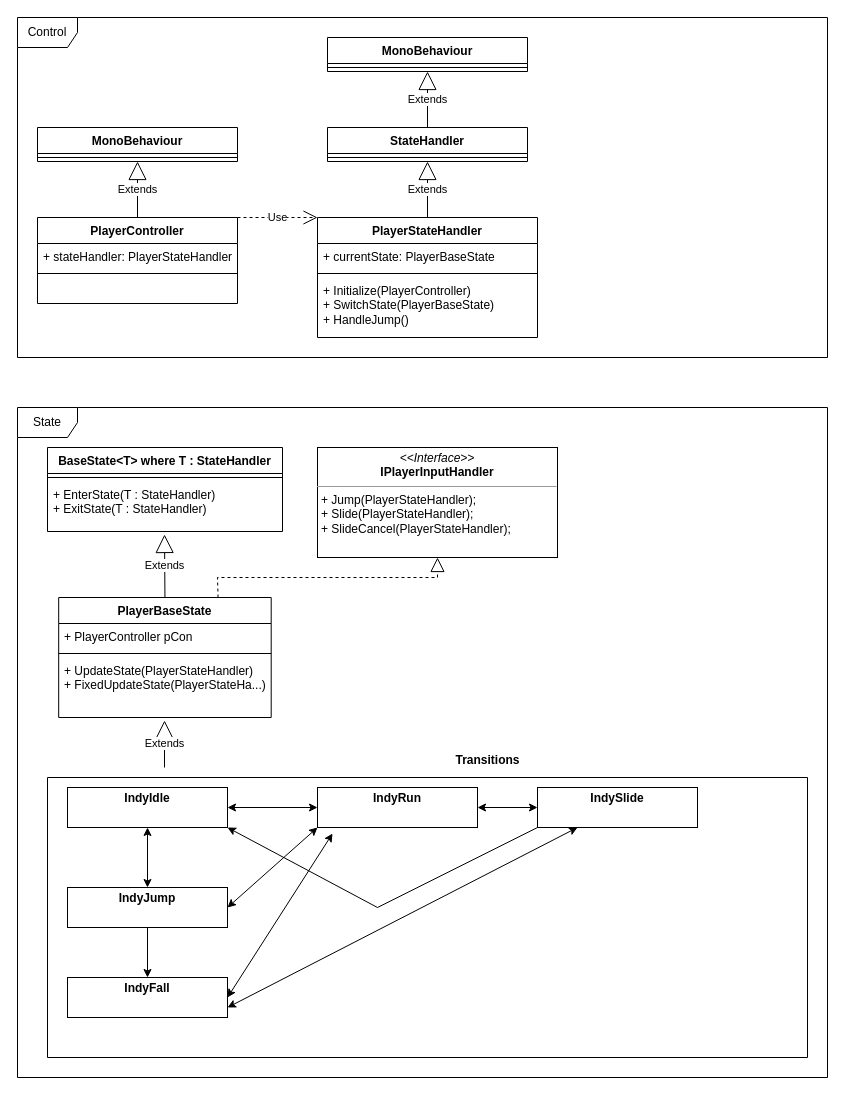
Before: UML's/StateMachineUML.drawio in Contraband-Software/Unity2D-Tutorial, a draw.io diagram. Source tidied: cells renumbered, new cells numbered last; positions are measured from the earlier drawing's top-left corner, leaving out a move shared by most shapes. Both pictures are drawn from the tidied source at 100%, with x=0, y=0 at pixel (17, 17).
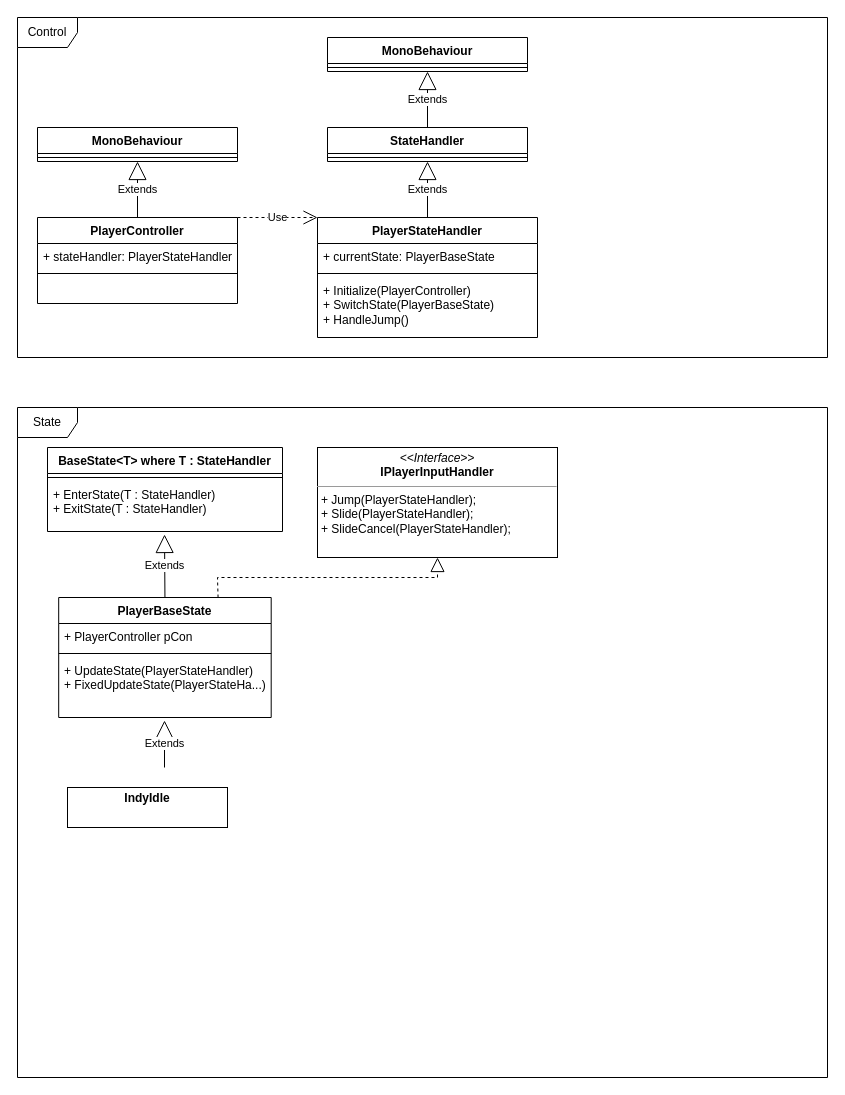
The same page after the edit.

Unchanged cells that the change refers to:
```xml
<mxCell id="31" value="&lt;p style=&quot;margin: 4px 0px 0px;&quot;&gt;&lt;b style=&quot;background-color: initial;&quot;&gt;IndyIdle&lt;/b&gt;&lt;br&gt;&lt;/p&gt;&lt;p style=&quot;margin:0px;margin-left:4px;&quot;&gt;&lt;br&gt;&lt;/p&gt;" style="verticalAlign=top;align=center;overflow=fill;fontSize=12;fontFamily=Helvetica;html=1;whiteSpace=wrap;" parent="1" vertex="1">
  <mxGeometry x="50" y="770" width="160" height="40" as="geometry" />
</mxCell>
```

Change to the diagram source:
```diff
@@
-    <mxCell id="33" style="swimlane;startSize=0;" parent="1" vertex="1">
-      <mxGeometry x="30" y="760" width="760" height="280" as="geometry" />
-    </mxCell>
-    <mxCell id="34" value="&lt;p style=&quot;margin: 4px 0px 0px;&quot;&gt;&lt;b style=&quot;background-color: initial;&quot;&gt;IndyRun&lt;/b&gt;&lt;br&gt;&lt;/p&gt;&lt;p style=&quot;margin:0px;margin-left:4px;&quot;&gt;&lt;br&gt;&lt;/p&gt;" style="verticalAlign=top;align=center;overflow=fill;fontSize=12;fontFamily=Helvetica;html=1;whiteSpace=wrap;" parent="33" vertex="1">
-      <mxGeometry x="270" y="10" width="160" height="40" as="geometry" />
-    </mxCell>
-    <mxCell id="35" value="&lt;p style=&quot;margin: 4px 0px 0px;&quot;&gt;&lt;b style=&quot;background-color: initial;&quot;&gt;IndySlide&lt;/b&gt;&lt;/p&gt;&lt;p style=&quot;margin:0px;margin-left:4px;&quot;&gt;&lt;br&gt;&lt;/p&gt;" style="verticalAlign=top;align=center;overflow=fill;fontSize=12;fontFamily=Helvetica;html=1;whiteSpace=wrap;" parent="33" vertex="1">
-      <mxGeometry x="490" y="10" width="160" height="40" as="geometry" />
-    </mxCell>
-    <mxCell id="36" style="endArrow=classic;startArrow=classic;html=1;rounded=0;exitX=1;exitY=0.5;exitDx=0;exitDy=0;entryX=0;entryY=0.5;entryDx=0;entryDy=0;" parent="33" edge="1" source="34" target="35">
-      <mxGeometry relative="1" as="geometry" />
-    </mxCell>
-    <mxCell id="37" value="&lt;p style=&quot;margin: 4px 0px 0px;&quot;&gt;&lt;b style=&quot;background-color: initial;&quot;&gt;IndyFall&lt;/b&gt;&lt;br&gt;&lt;/p&gt;&lt;p style=&quot;margin:0px;margin-left:4px;&quot;&gt;&lt;br&gt;&lt;/p&gt;" style="verticalAlign=top;align=center;overflow=fill;fontSize=12;fontFamily=Helvetica;html=1;whiteSpace=wrap;" parent="33" vertex="1">
-      <mxGeometry x="20" y="200" width="160" height="40" as="geometry" />
-    </mxCell>
-    <mxCell id="38" style="edgeStyle=orthogonalEdgeStyle;rounded=0;jettySize=auto;html=1;exitX=0.5;exitY=1;exitDx=0;exitDy=0;entryX=0.5;entryY=0;entryDx=0;entryDy=0;" parent="33" edge="1" source="39" target="37">
-      <mxGeometry relative="1" as="geometry" />
-    </mxCell>
-    <mxCell id="39" value="&lt;p style=&quot;margin: 4px 0px 0px;&quot;&gt;&lt;b style=&quot;background-color: initial;&quot;&gt;IndyJump&lt;/b&gt;&lt;br&gt;&lt;/p&gt;&lt;p style=&quot;margin:0px;margin-left:4px;&quot;&gt;&lt;br&gt;&lt;/p&gt;" style="verticalAlign=top;align=center;overflow=fill;fontSize=12;fontFamily=Helvetica;html=1;whiteSpace=wrap;" parent="33" vertex="1">
-      <mxGeometry x="20" y="110" width="160" height="40" as="geometry" />
-    </mxCell>
-    <mxCell id="40" style="endArrow=classic;startArrow=classic;html=1;rounded=0;exitX=1;exitY=0.5;exitDx=0;exitDy=0;entryX=0;entryY=1;entryDx=0;entryDy=0;" parent="33" edge="1" source="39" target="34">
-      <mxGeometry relative="1" as="geometry" />
-    </mxCell>
-    <mxCell id="41" style="endArrow=classic;startArrow=classic;html=1;rounded=0;exitX=1;exitY=0.5;exitDx=0;exitDy=0;entryX=0.094;entryY=1.15;entryDx=0;entryDy=0;entryPerimeter=0;" parent="33" edge="1" source="37" target="34">
-      <mxGeometry relative="1" as="geometry" />
-    </mxCell>
-    <mxCell id="42" style="endArrow=classic;startArrow=classic;html=1;rounded=0;exitX=1;exitY=0.75;exitDx=0;exitDy=0;entryX=0.25;entryY=1;entryDx=0;entryDy=0;" parent="33" edge="1" source="37" target="35">
-      <mxGeometry relative="1" as="geometry" />
-    </mxCell>
@@
-    <mxCell id="44" value="Transitions" style="text;align=center;fontStyle=1;verticalAlign=middle;spacingLeft=3;spacingRight=3;strokeColor=none;html=1;" parent="1" vertex="1">
-      <mxGeometry x="430" y="730" width="80" height="26" as="geometry" />
-    </mxCell>
-    <mxCell id="45" style="endArrow=classic;startArrow=classic;html=1;rounded=0;exitX=1;exitY=0.5;exitDx=0;exitDy=0;entryX=0;entryY=0.5;entryDx=0;entryDy=0;" parent="1" edge="1" source="31" target="34">
-      <mxGeometry relative="1" as="geometry" />
-    </mxCell>
-    <mxCell id="46" style="endArrow=classic;startArrow=classic;html=1;rounded=0;exitX=0.5;exitY=1;exitDx=0;exitDy=0;entryX=0.5;entryY=0;entryDx=0;entryDy=0;" parent="1" edge="1" source="31" target="39">
-      <mxGeometry relative="1" as="geometry" />
-    </mxCell>
-    <mxCell id="47" style="rounded=0;jettySize=auto;html=1;exitX=0;exitY=1;exitDx=0;exitDy=0;entryX=1;entryY=1;entryDx=0;entryDy=0;" parent="1" edge="1" source="35" target="31">
-      <mxGeometry relative="1" as="geometry">
-        <Array as="points">
-          <mxPoint x="360" y="890" />
-        </Array>
-      </mxGeometry>
-    </mxCell>
```
